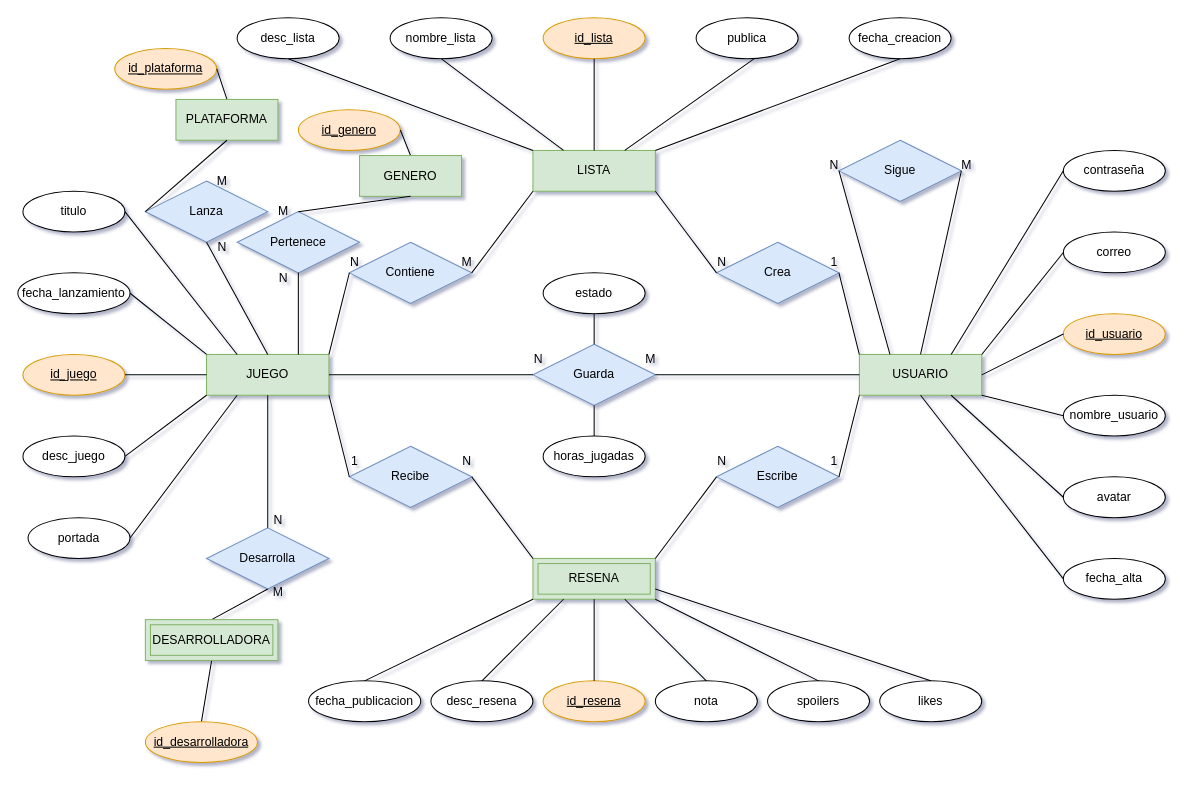
rodriss11sr/MemoryCard keeps this draw.io diagram as docs/diagramaBBDD_v1.drawio. Above is the earlier version. Source tidied: cells renumbered, new cells numbered last; positions are measured from the earlier drawing's top-left corner, leaving out a move shared by most shapes. Both pictures are drawn from the tidied source at 102%, with x=0, y=0 at pixel (17, 17).
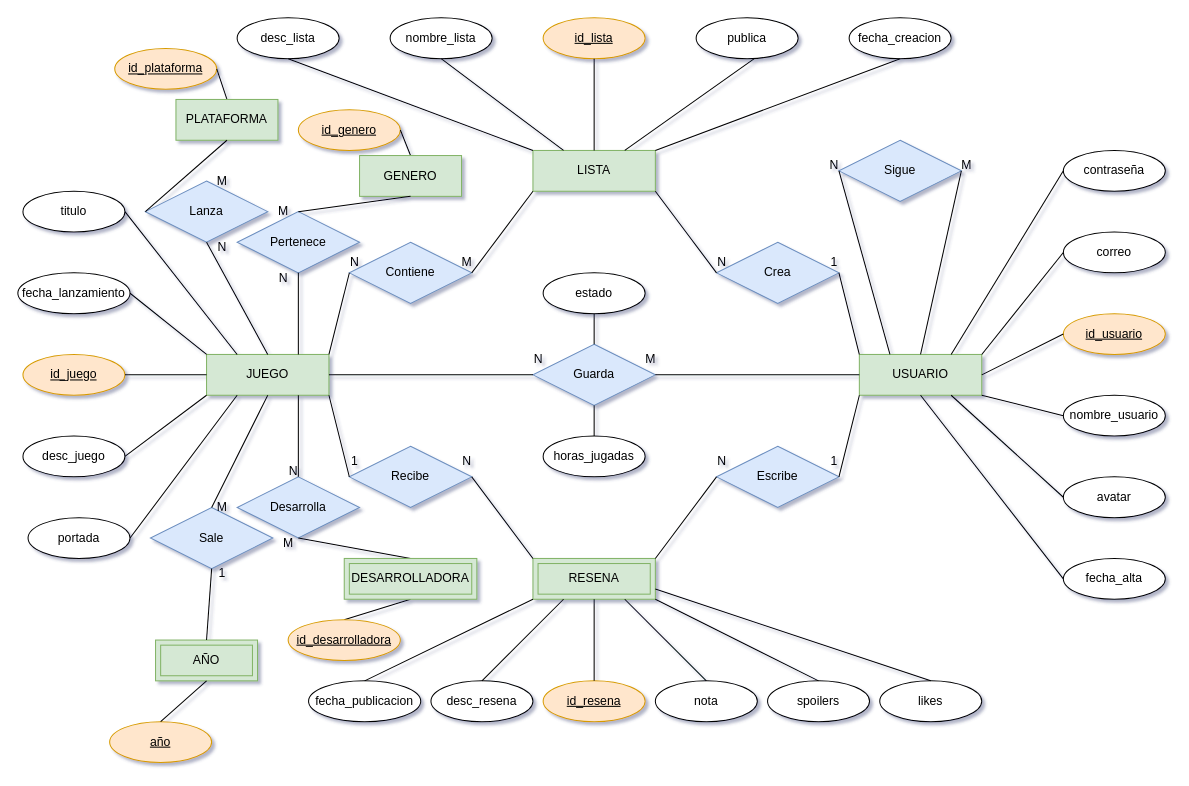
Above is the later version.

Commit message (it also covers changes not shown here):
entidad año añadida

Unchanged cells that the change refers to:
```xml
<mxCell id="3" value="JUEGO" style="whiteSpace=wrap;html=1;align=center;fillColor=#d5e8d4;strokeColor=#82b366;" parent="1" vertex="1">
  <mxGeometry x="185" y="330" width="120" height="40" as="geometry" />
</mxCell>
```

The edit, as a diff of the source:
```diff
@@
     <mxCell id="100" value="Desarrolla" style="shape=rhombus;perimeter=rhombusPerimeter;whiteSpace=wrap;html=1;align=center;fillColor=#dae8fc;strokeColor=#6c8ebf;" parent="1" vertex="1">
-      <mxGeometry x="185" y="500" width="120" height="60" as="geometry" />
+      <mxGeometry x="215" y="450" width="120" height="60" as="geometry" />
     </mxCell>
-    <mxCell id="101" style="endArrow=none;html=1;rounded=0;entryX=0.5;entryY=0;entryDx=0;entryDy=0;exitX=0.5;exitY=1;exitDx=0;exitDy=0;" parent="1" edge="1" source="3" target="100">
+    <mxCell id="101" style="endArrow=none;html=1;rounded=0;entryX=0.5;entryY=0;entryDx=0;entryDy=0;exitX=0.75;exitY=1;exitDx=0;exitDy=0;" parent="1" edge="1" source="3" target="100">
       <mxGeometry relative="1" as="geometry" />
     </mxCell>
@@
     <mxCell id="104" value="DESARROLLADORA" style="shape=ext;margin=3;double=1;whiteSpace=wrap;html=1;align=center;fillColor=#d5e8d4;strokeColor=#82b366;" parent="1" vertex="1">
-      <mxGeometry x="125" y="590" width="130" height="40" as="geometry" />
+      <mxGeometry x="320" y="530" width="130" height="40" as="geometry" />
     </mxCell>
     <mxCell id="105" value="N" style="text;html=1;align=center;verticalAlign=middle;strokeColor=none;fillColor=none;" parent="1" vertex="1">
-      <mxGeometry x="240" y="478" width="30" height="30" as="geometry" />
+      <mxGeometry x="255" y="430" width="30" height="30" as="geometry" />
     </mxCell>
     <mxCell id="106" value="M" style="text;html=1;align=center;verticalAlign=middle;strokeColor=none;fillColor=none;" parent="1" vertex="1">
-      <mxGeometry x="240" y="548" width="30" height="30" as="geometry" />
+      <mxGeometry x="250" y="500" width="30" height="30" as="geometry" />
     </mxCell>
     <mxCell id="107" value="id_desarrolladora" style="ellipse;whiteSpace=wrap;html=1;align=center;fontStyle=4;fillColor=#ffe6cc;strokeColor=#d79b00;" parent="1" vertex="1">
-      <mxGeometry x="125" y="690" width="110" height="40" as="geometry" />
+      <mxGeometry x="265" y="590" width="110" height="40" as="geometry" />
     </mxCell>
+    <mxCell id="108" value="Sale" style="shape=rhombus;perimeter=rhombusPerimeter;whiteSpace=wrap;html=1;align=center;fillColor=#dae8fc;strokeColor=#6c8ebf;" parent="1" vertex="1">
+      <mxGeometry x="130" y="480" width="120" height="60" as="geometry" />
+    </mxCell>
+    <mxCell id="109" style="endArrow=none;html=1;rounded=0;exitX=0.5;exitY=1;exitDx=0;exitDy=0;entryX=0.5;entryY=0;entryDx=0;entryDy=0;" parent="1" edge="1" source="3" target="108">
+      <mxGeometry relative="1" as="geometry" />
+    </mxCell>
+    <mxCell id="110" value="1" style="text;html=1;align=center;verticalAlign=middle;strokeColor=none;fillColor=none;" parent="1" vertex="1">
+      <mxGeometry x="185" y="530" width="30" height="30" as="geometry" />
+    </mxCell>
+    <mxCell id="111" value="M" style="text;html=1;align=center;verticalAlign=middle;strokeColor=none;fillColor=none;" parent="1" vertex="1">
+      <mxGeometry x="185" y="465" width="30" height="30" as="geometry" />
+    </mxCell>
+    <mxCell id="112" value="AÑO" style="shape=ext;margin=3;double=1;whiteSpace=wrap;html=1;align=center;fillColor=#d5e8d4;strokeColor=#82b366;" parent="1" vertex="1">
+      <mxGeometry x="135" y="610" width="100" height="40" as="geometry" />
+    </mxCell>
+    <mxCell id="113" value="&lt;u&gt;año&lt;/u&gt;" style="ellipse;whiteSpace=wrap;html=1;align=center;fillColor=#ffe6cc;strokeColor=#d79b00;" parent="1" vertex="1">
+      <mxGeometry x="90" y="690" width="100" height="40" as="geometry" />
+    </mxCell>
+    <mxCell id="114" style="endArrow=none;html=1;rounded=0;exitX=0.5;exitY=0;exitDx=0;exitDy=0;entryX=0.5;entryY=1;entryDx=0;entryDy=0;" parent="1" edge="1" source="112" target="108">
+      <mxGeometry relative="1" as="geometry" />
+    </mxCell>
+    <mxCell id="115" style="endArrow=none;html=1;rounded=0;entryX=0.5;entryY=1;entryDx=0;entryDy=0;exitX=0.5;exitY=0;exitDx=0;exitDy=0;" parent="1" edge="1" source="113" target="112">
+      <mxGeometry relative="1" as="geometry" />
+    </mxCell>
```
